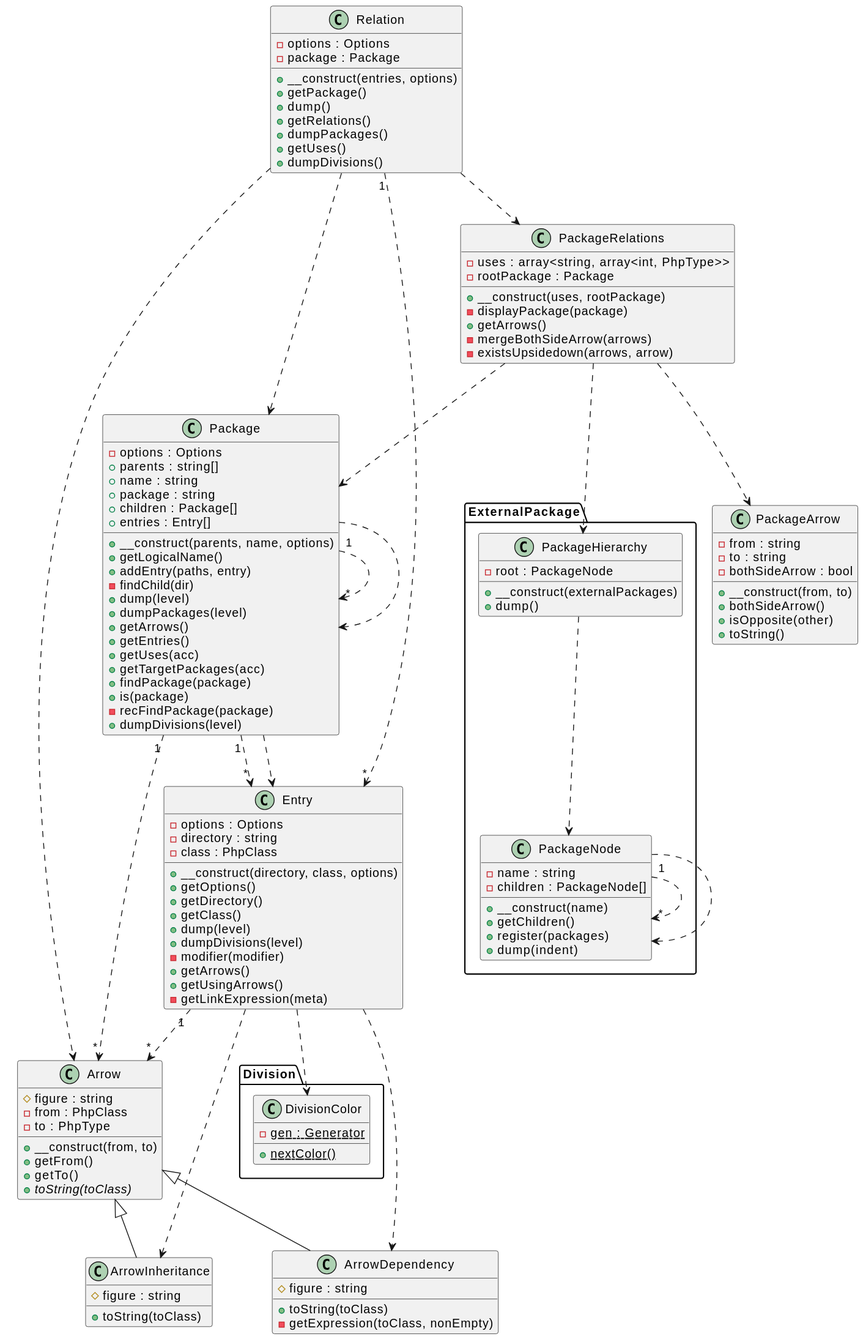
Above: docs/images/dogfood.svg in smeghead/php-class-diagram (PlantUML), before the change.
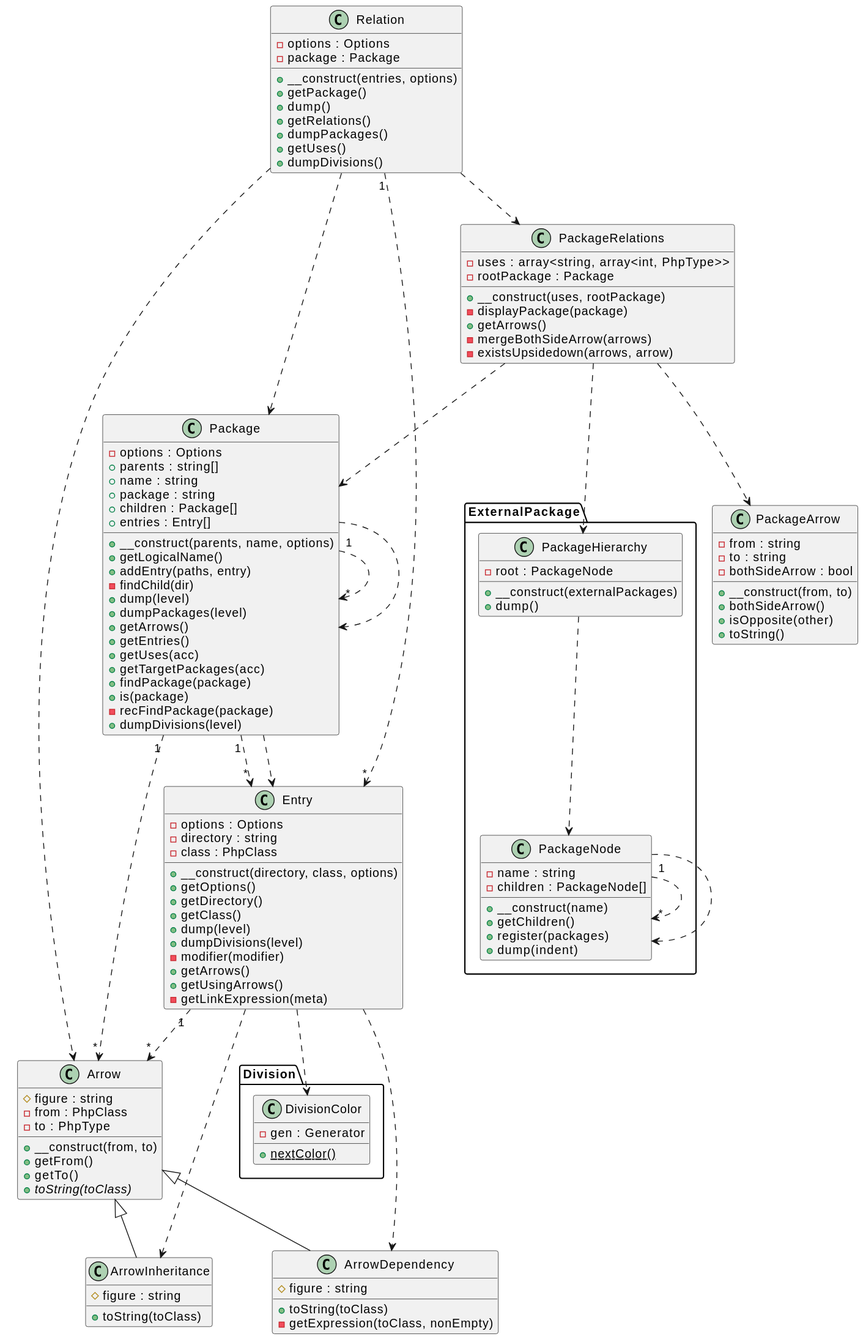
The same diagram one commit later.

Diff of the diagram source:
```diff
@@ -87,7 +87,7 @@
   }
   package Division as Division {
     class "DivisionColor" as Division_DivisionColor [[/Division/DivisionColor.php DivisionColor Class]] {
-      {static} -gen : Generator
+      -gen : Generator
       {static} +nextColor()
     }
   }
```
